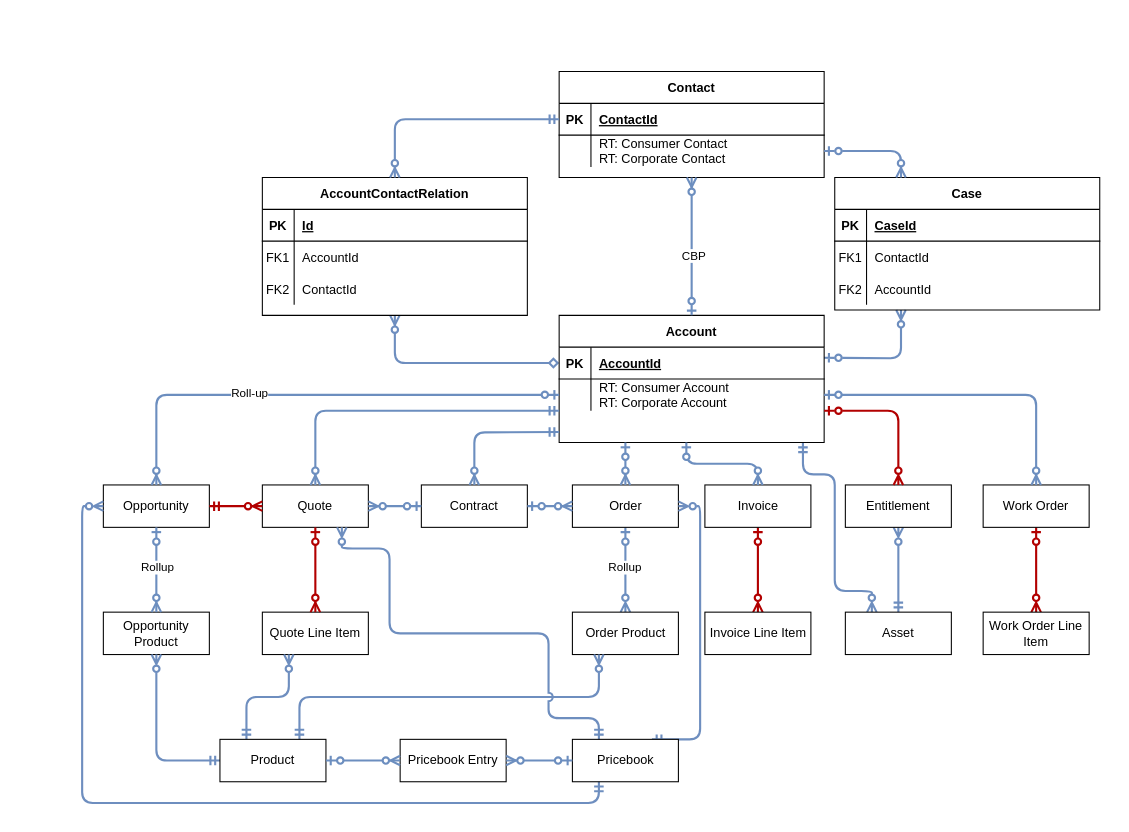
Earlier version of the draw.io diagram page "Sales-Service" (1 of 2) of sales_service_datamodels.drawio (sivanandjothy/arkangel). Source tidied: cells renumbered, new cells numbered last; positions are measured from the earlier drawing's top-left corner, leaving out a move shared by most shapes. Both pictures are drawn from the tidied source at 106%, with x=0, y=0 at pixel (103, 71).
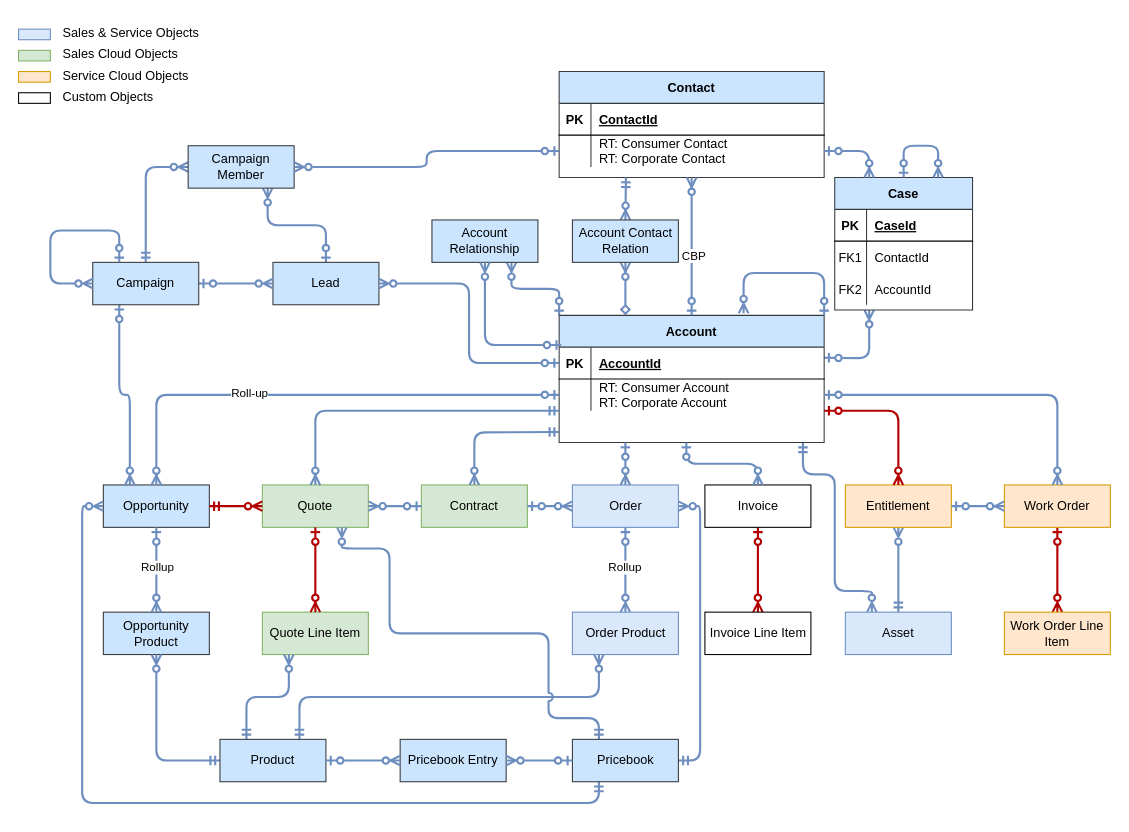
After the change.

The change refers to these unchanged cells:
```xml
<mxCell id="6" style="shape=partialRectangle;fillColor=none;points=[[0,0.5],[1,0.5]];portConstraint=eastwest;top=0;left=0;right=0;bottom=1;" parent="5" vertex="1">
  <mxGeometry y="30" width="250" height="30" as="geometry" />
</mxCell>
<mxCell id="23" style="shape=partialRectangle;fillColor=none;points=[[0,0.5],[1,0.5]];portConstraint=eastwest;top=0;left=0;right=0;bottom=1;" parent="22" vertex="1">
  <mxGeometry y="30" width="250" height="30" as="geometry" />
</mxCell>
<mxCell id="26" style="shape=partialRectangle;fillColor=none;points=[[0,0.5],[1,0.5]];portConstraint=eastwest;top=0;left=0;right=0;bottom=0;" parent="22" vertex="1">
  <mxGeometry y="60" width="250" height="30" as="geometry" />
</mxCell>
```

The edit, as a diff of the source:
```diff
@@
-    <mxCell id="2" style="endArrow=ERzeroToMany;startArrow=diamond;endFill=1;startFill=0;exitX=0;exitY=0.5;exitDx=0;exitDy=0;edgeStyle=orthogonalEdgeStyle;entryX=0.5;entryY=1;entryDx=0;entryDy=0;strokeWidth=2;strokeColor=#6e8ebf;" parent="1" edge="1" source="6" target="12">
+    <mxCell id="2" style="endArrow=ERzeroToMany;startArrow=diamond;endFill=1;startFill=0;exitX=0.25;exitY=0;exitDx=0;exitDy=0;entryX=0.5;entryY=1;entryDx=0;entryDy=0;strokeWidth=2;strokeColor=#6e8ebf;" parent="1" edge="1" source="5" target="100">
       <mxGeometry relative="1" as="geometry" />
     </mxCell>
@@
+    <mxCell id="86" style="edgeStyle=orthogonalEdgeStyle;rounded=1;jumpStyle=arc;jettySize=auto;html=1;exitX=0;exitY=0;exitDx=0;exitDy=0;entryX=0.75;entryY=1;entryDx=0;entryDy=0;strokeColor=#6e8ebf;strokeWidth=2;startArrow=ERzeroToOne;startFill=0;endArrow=ERzeroToMany;endFill=0;" parent="1" edge="1" source="5" target="106">
+      <mxGeometry relative="1" as="geometry" />
+    </mxCell>
-    <mxCell id="5" value="Account" style="shape=table;startSize=30;childLayout=tableLayout;rowLines=0;fontStyle=1;align=center;" parent="1" vertex="1">
+    <mxCell id="5" value="Account" style="shape=table;startSize=30;childLayout=tableLayout;rowLines=0;fontStyle=1;align=center;fillColor=#cce5ff;strokeColor=#36393d;" parent="1" vertex="1">
       <mxGeometry x="430" y="230" width="250" height="120" as="geometry" />
     </mxCell>
@@
-    <mxCell id="12" value="AccountContactRelation" style="shape=table;startSize=30;childLayout=tableLayout;rowLines=0;fontStyle=1;align=center;" parent="1" vertex="1">
-      <mxGeometry x="150" y="100" width="250" height="130" as="geometry" />
-    </mxCell>
-    <mxCell id="13" style="shape=partialRectangle;fillColor=none;top=0;left=0;right=0;bottom=1;" parent="12" vertex="1">
-      <mxGeometry y="30" width="250" height="30" as="geometry" />
-    </mxCell>
-    <mxCell id="14" value="PK" style="shape=partialRectangle;overflow=hidden;fillColor=none;top=0;left=0;bottom=0;right=0;fontStyle=1;" parent="13" vertex="1">
-      <mxGeometry width="30" height="30" as="geometry" />
-    </mxCell>
-    <mxCell id="15" value="Id" style="shape=partialRectangle;overflow=hidden;fillColor=none;top=0;left=0;bottom=0;right=0;align=left;spacingLeft=6;fontStyle=5;" parent="13" vertex="1">
-      <mxGeometry x="30" width="220" height="30" as="geometry" />
-    </mxCell>
-    <mxCell id="16" style="shape=partialRectangle;fillColor=none;top=0;left=0;right=0;bottom=0;" parent="12" vertex="1">
-      <mxGeometry y="60" width="250" height="30" as="geometry" />
-    </mxCell>
-    <mxCell id="17" value="FK1" style="shape=partialRectangle;overflow=hidden;fillColor=none;top=0;left=0;bottom=0;right=0;" parent="16" vertex="1">
-      <mxGeometry width="30" height="30" as="geometry" />
-    </mxCell>
-    <mxCell id="18" value="AccountId" style="shape=partialRectangle;overflow=hidden;fillColor=none;top=0;left=0;bottom=0;right=0;align=left;spacingLeft=6;" parent="16" vertex="1">
-      <mxGeometry x="30" width="220" height="30" as="geometry" />
-    </mxCell>
-    <mxCell id="19" style="shape=partialRectangle;fillColor=none;top=0;left=0;right=0;bottom=0;" parent="12" vertex="1">
-      <mxGeometry y="90" width="250" height="30" as="geometry" />
-    </mxCell>
-    <mxCell id="20" value="FK2" style="shape=partialRectangle;overflow=hidden;fillColor=none;top=0;left=0;bottom=0;right=0;" parent="19" vertex="1">
-      <mxGeometry width="30" height="30" as="geometry" />
-    </mxCell>
-    <mxCell id="21" value="ContactId" style="shape=partialRectangle;overflow=hidden;fillColor=none;top=0;left=0;bottom=0;right=0;align=left;spacingLeft=6;" parent="19" vertex="1">
-      <mxGeometry x="30" width="220" height="30" as="geometry" />
-    </mxCell>
-    <mxCell id="22" value="Contact" style="shape=table;startSize=30;childLayout=tableLayout;rowLines=0;fontStyle=1;align=center;" parent="1" vertex="1">
+    <mxCell id="22" value="Contact" style="shape=table;startSize=30;childLayout=tableLayout;rowLines=0;fontStyle=1;align=center;fillColor=#cce5ff;strokeColor=#36393d;" parent="1" vertex="1">
       <mxGeometry x="430" width="250" height="100" as="geometry" />
     </mxCell>
@@
-    <mxCell id="29" style="endArrow=ERzeroToMany;startArrow=ERmandOne;endFill=1;startFill=0;entryX=0.5;entryY=0;entryDx=0;entryDy=0;exitX=0;exitY=0.5;exitDx=0;exitDy=0;edgeStyle=orthogonalEdgeStyle;strokeWidth=2;strokeColor=#6e8ebf;" parent="1" edge="1" source="23" target="12">
-      <mxGeometry relative="1" as="geometry" />
+    <mxCell id="29" style="endArrow=ERzeroToMany;startArrow=ERmandOne;endFill=1;startFill=0;entryX=0.5;entryY=0;entryDx=0;entryDy=0;strokeWidth=2;strokeColor=#6e8ebf;" parent="1" edge="1" target="100">
+      <mxGeometry relative="1" as="geometry">
+        <mxPoint x="493" y="100" as="sourcePoint" />
+      </mxGeometry>
     </mxCell>
-    <mxCell id="30" value="Case" style="shape=table;startSize=30;childLayout=tableLayout;rowLines=0;fontStyle=1;align=center;" parent="1" vertex="1">
-      <mxGeometry x="690" y="100" width="250" height="125" as="geometry" />
+    <mxCell id="30" value="Case" style="shape=table;startSize=30;childLayout=tableLayout;rowLines=0;fontStyle=1;align=center;fillColor=#cce5ff;strokeColor=#36393d;" parent="1" vertex="1">
+      <mxGeometry x="690" y="100" width="130" height="125" as="geometry" />
     </mxCell>
     <mxCell id="31" style="shape=partialRectangle;fillColor=none;top=0;left=0;right=0;bottom=1;" parent="30" vertex="1">
-      <mxGeometry y="30" width="250" height="30" as="geometry" />
+      <mxGeometry y="30" width="130" height="30" as="geometry" />
     </mxCell>
@@
     <mxCell id="33" value="CaseId" style="shape=partialRectangle;overflow=hidden;fillColor=none;top=0;left=0;bottom=0;right=0;align=left;spacingLeft=6;fontStyle=5;" parent="31" vertex="1">
-      <mxGeometry x="30" width="220" height="30" as="geometry" />
+      <mxGeometry x="30" width="100" height="30" as="geometry" />
     </mxCell>
     <mxCell id="34" style="shape=partialRectangle;fillColor=none;top=0;left=0;right=0;bottom=0;" parent="30" vertex="1">
-      <mxGeometry y="60" width="250" height="30" as="geometry" />
+      <mxGeometry y="60" width="130" height="30" as="geometry" />
     </mxCell>
@@
     <mxCell id="36" value="ContactId" style="shape=partialRectangle;overflow=hidden;fillColor=none;top=0;left=0;bottom=0;right=0;align=left;spacingLeft=6;" parent="34" vertex="1">
-      <mxGeometry x="30" width="220" height="30" as="geometry" />
+      <mxGeometry x="30" width="100" height="30" as="geometry" />
     </mxCell>
     <mxCell id="37" style="shape=partialRectangle;fillColor=none;top=0;left=0;right=0;bottom=0;" parent="30" vertex="1">
-      <mxGeometry y="90" width="250" height="30" as="geometry" />
+      <mxGeometry y="90" width="130" height="30" as="geometry" />
     </mxCell>
@@
     <mxCell id="39" value="AccountId" style="shape=partialRectangle;overflow=hidden;fillColor=none;top=0;left=0;bottom=0;right=0;align=left;spacingLeft=6;" parent="37" vertex="1">
-      <mxGeometry x="30" width="220" height="30" as="geometry" />
+      <mxGeometry x="30" width="100" height="30" as="geometry" />
     </mxCell>
@@
-    <mxCell id="43" value="Opportunity" style="whiteSpace=wrap;html=1;align=center;" parent="1" vertex="1">
+    <mxCell id="43" value="Opportunity" style="whiteSpace=wrap;html=1;align=center;fillColor=#cce5ff;strokeColor=#36393d;" parent="1" vertex="1">
       <mxGeometry y="390" width="100" height="40" as="geometry" />
     </mxCell>
-    <mxCell id="44" value="Opportunity Product" style="whiteSpace=wrap;html=1;align=center;" parent="1" vertex="1">
+    <mxCell id="44" value="Opportunity Product" style="whiteSpace=wrap;html=1;align=center;fillColor=#cce5ff;strokeColor=#36393d;" parent="1" vertex="1">
       <mxGeometry y="510" width="100" height="40" as="geometry" />
     </mxCell>
@@
-    <mxCell id="49" value="Quote" style="whiteSpace=wrap;html=1;align=center;" parent="1" vertex="1">
+    <mxCell id="49" value="Quote" style="whiteSpace=wrap;html=1;align=center;fillColor=#d5e8d4;strokeColor=#82b366;" parent="1" vertex="1">
       <mxGeometry x="150" y="390" width="100" height="40" as="geometry" />
     </mxCell>
-    <mxCell id="50" value="Quote Line Item" style="whiteSpace=wrap;html=1;align=center;" parent="1" vertex="1">
+    <mxCell id="50" value="Quote Line Item" style="whiteSpace=wrap;html=1;align=center;fillColor=#d5e8d4;strokeColor=#82b366;" parent="1" vertex="1">
       <mxGeometry x="150" y="510" width="100" height="40" as="geometry" />
     </mxCell>
@@
-    <mxCell id="54" value="Contract" style="whiteSpace=wrap;html=1;align=center;" parent="1" vertex="1">
+    <mxCell id="54" value="Contract" style="whiteSpace=wrap;html=1;align=center;fillColor=#d5e8d4;strokeColor=#82b366;" parent="1" vertex="1">
       <mxGeometry x="300" y="390" width="100" height="40" as="geometry" />
     </mxCell>
@@
-    <mxCell id="57" value="Order" style="whiteSpace=wrap;html=1;align=center;" parent="1" vertex="1">
+    <mxCell id="57" value="Order" style="whiteSpace=wrap;html=1;align=center;fillColor=#dae8fc;strokeColor=#6c8ebf;" parent="1" vertex="1">
       <mxGeometry x="442.5" y="390" width="100" height="40" as="geometry" />
     </mxCell>
-    <mxCell id="58" value="Order Product" style="whiteSpace=wrap;html=1;align=center;" parent="1" vertex="1">
+    <mxCell id="58" value="Order Product" style="whiteSpace=wrap;html=1;align=center;fillColor=#dae8fc;strokeColor=#6c8ebf;" parent="1" vertex="1">
       <mxGeometry x="442.5" y="510" width="100" height="40" as="geometry" />
     </mxCell>
@@
-    <mxCell id="70" value="Product" style="whiteSpace=wrap;html=1;align=center;" parent="1" vertex="1">
+    <mxCell id="70" value="Product" style="whiteSpace=wrap;html=1;align=center;fillColor=#cce5ff;strokeColor=#36393d;" parent="1" vertex="1">
       <mxGeometry x="110" y="630" width="100" height="40" as="geometry" />
     </mxCell>
@@
-    <mxCell id="73" style="edgeStyle=orthogonalEdgeStyle;rounded=1;jumpStyle=arc;jettySize=auto;html=1;exitX=0.75;exitY=0;exitDx=0;exitDy=0;entryX=1;entryY=0.5;entryDx=0;entryDy=0;strokeColor=#6e8ebf;strokeWidth=2;startArrow=ERmandOne;startFill=0;endArrow=ERzeroToMany;endFill=0;" parent="1" edge="1" source="74" target="57">
+    <mxCell id="73" style="edgeStyle=orthogonalEdgeStyle;rounded=1;jumpStyle=arc;jettySize=auto;html=1;exitX=1;exitY=0.5;exitDx=0;exitDy=0;entryX=1;entryY=0.5;entryDx=0;entryDy=0;strokeColor=#6e8ebf;strokeWidth=2;startArrow=ERmandOne;startFill=0;endArrow=ERzeroToMany;endFill=0;" parent="1" edge="1" source="74" target="57">
       <mxGeometry relative="1" as="geometry">
         <Array as="points">
-          <mxPoint x="563" y="630" />
+          <mxPoint x="563" y="650" />
           <mxPoint x="563" y="410" />
         </Array>
       </mxGeometry>
     </mxCell>
-    <mxCell id="74" value="Pricebook" style="whiteSpace=wrap;html=1;align=center;" parent="1" vertex="1">
+    <mxCell id="74" value="Pricebook" style="whiteSpace=wrap;html=1;align=center;fillColor=#cce5ff;strokeColor=#36393d;" parent="1" vertex="1">
       <mxGeometry x="442.5" y="630" width="100" height="40" as="geometry" />
     </mxCell>
-    <mxCell id="75" value="Pricebook Entry" style="whiteSpace=wrap;html=1;align=center;" parent="1" vertex="1">
+    <mxCell id="75" value="Pricebook Entry" style="whiteSpace=wrap;html=1;align=center;fillColor=#cce5ff;strokeColor=#36393d;" parent="1" vertex="1">
       <mxGeometry x="280" y="630" width="100" height="40" as="geometry" />
     </mxCell>
@@
-    <mxCell id="79" value="Work Order" style="whiteSpace=wrap;html=1;align=center;" parent="1" vertex="1">
-      <mxGeometry x="830" y="390" width="100" height="40" as="geometry" />
+    <mxCell id="79" value="Work Order" style="whiteSpace=wrap;html=1;align=center;fillColor=#ffe6cc;strokeColor=#d79b00;" parent="1" vertex="1">
+      <mxGeometry x="850" y="390" width="100" height="40" as="geometry" />
     </mxCell>
-    <mxCell id="80" value="Work Order Line Item" style="whiteSpace=wrap;html=1;align=center;" parent="1" vertex="1">
-      <mxGeometry x="830" y="510" width="100" height="40" as="geometry" />
+    <mxCell id="80" value="Work Order Line Item" style="whiteSpace=wrap;html=1;align=center;fillColor=#ffe6cc;strokeColor=#d79b00;" parent="1" vertex="1">
+      <mxGeometry x="850" y="510" width="100" height="40" as="geometry" />
     </mxCell>
@@
-    <mxCell id="83" value="Asset" style="whiteSpace=wrap;html=1;align=center;" parent="1" vertex="1">
+    <mxCell id="83" value="Asset" style="whiteSpace=wrap;html=1;align=center;fillColor=#dae8fc;strokeColor=#6c8ebf;" parent="1" vertex="1">
       <mxGeometry x="700" y="510" width="100" height="40" as="geometry" />
     </mxCell>
-    <mxCell id="84" value="Entitlement" style="whiteSpace=wrap;html=1;align=center;" parent="1" vertex="1">
+    <mxCell id="84" value="Entitlement" style="whiteSpace=wrap;html=1;align=center;fillColor=#ffe6cc;strokeColor=#d79b00;" parent="1" vertex="1">
       <mxGeometry x="700" y="390" width="100" height="40" as="geometry" />
     </mxCell>
@@
+    <mxCell id="87" style="rounded=0;whiteSpace=wrap;html=1;fillColor=#dae8fc;strokeColor=#6c8ebf;" parent="1" vertex="1">
+      <mxGeometry x="-80" y="-40" width="30" height="10" as="geometry" />
+    </mxCell>
+    <mxCell id="88" value="Sales &amp;amp; Service Objects" style="text;html=1;strokeColor=none;fillColor=none;align=left;verticalAlign=top;whiteSpace=wrap;rounded=0;" parent="1" vertex="1">
+      <mxGeometry x="-40" y="-50" width="140" height="20" as="geometry" />
+    </mxCell>
+    <mxCell id="89" style="rounded=0;whiteSpace=wrap;html=1;fillColor=#d5e8d4;strokeColor=#82b366;" parent="1" vertex="1">
+      <mxGeometry x="-80" y="-20" width="30" height="10" as="geometry" />
+    </mxCell>
+    <mxCell id="90" value="Sales Cloud Objects" style="text;html=1;strokeColor=none;fillColor=none;align=left;verticalAlign=top;whiteSpace=wrap;rounded=0;" parent="1" vertex="1">
+      <mxGeometry x="-40" y="-30" width="140" height="20" as="geometry" />
+    </mxCell>
+    <mxCell id="91" style="rounded=0;whiteSpace=wrap;html=1;fillColor=#ffe6cc;strokeColor=#d79b00;" parent="1" vertex="1">
+      <mxGeometry x="-80" width="30" height="10" as="geometry" />
+    </mxCell>
+    <mxCell id="92" value="Service Cloud Objects" style="text;html=1;strokeColor=none;fillColor=none;align=left;verticalAlign=top;whiteSpace=wrap;rounded=0;" parent="1" vertex="1">
+      <mxGeometry x="-40" y="-10" width="140" height="20" as="geometry" />
+    </mxCell>
+    <mxCell id="93" style="edgeStyle=orthogonalEdgeStyle;rounded=1;jumpStyle=arc;jettySize=auto;html=1;exitX=0.5;exitY=0;exitDx=0;exitDy=0;entryX=0.75;entryY=1;entryDx=0;entryDy=0;strokeColor=#6e8ebf;strokeWidth=2;startArrow=ERzeroToOne;startFill=0;endArrow=ERzeroToMany;endFill=0;" parent="1" edge="1" source="94" target="99">
+      <mxGeometry relative="1" as="geometry" />
+    </mxCell>
+    <mxCell id="94" value="Lead" style="whiteSpace=wrap;html=1;align=center;fillColor=#cce5ff;strokeColor=#36393d;" parent="1" vertex="1">
+      <mxGeometry x="160" y="180" width="100" height="40" as="geometry" />
+    </mxCell>
+    <mxCell id="95" style="edgeStyle=orthogonalEdgeStyle;rounded=1;jumpStyle=arc;jettySize=auto;html=1;exitX=0.5;exitY=0;exitDx=0;exitDy=0;entryX=0;entryY=0.5;entryDx=0;entryDy=0;strokeColor=#6e8ebf;strokeWidth=2;startArrow=ERmandOne;startFill=0;endArrow=ERzeroToMany;endFill=0;" parent="1" edge="1" source="98" target="99">
+      <mxGeometry relative="1" as="geometry" />
+    </mxCell>
+    <mxCell id="96" style="edgeStyle=orthogonalEdgeStyle;rounded=1;jumpStyle=arc;jettySize=auto;html=1;exitX=0.25;exitY=1;exitDx=0;exitDy=0;entryX=0.25;entryY=0;entryDx=0;entryDy=0;strokeColor=#6e8ebf;strokeWidth=2;startArrow=ERzeroToOne;startFill=0;endArrow=ERzeroToMany;endFill=0;" parent="1" edge="1" source="98" target="43">
+      <mxGeometry relative="1" as="geometry" />
+    </mxCell>
+    <mxCell id="97" style="edgeStyle=orthogonalEdgeStyle;rounded=1;jumpStyle=arc;jettySize=auto;html=1;exitX=1;exitY=0.5;exitDx=0;exitDy=0;entryX=0;entryY=0.5;entryDx=0;entryDy=0;strokeColor=#6e8ebf;strokeWidth=2;startArrow=ERzeroToOne;startFill=0;endArrow=ERzeroToMany;endFill=0;" parent="1" edge="1" source="98" target="94">
+      <mxGeometry relative="1" as="geometry" />
+    </mxCell>
+    <mxCell id="98" value="Campaign" style="whiteSpace=wrap;html=1;align=center;fillColor=#cce5ff;strokeColor=#36393d;" parent="1" vertex="1">
+      <mxGeometry x="-10" y="180" width="100" height="40" as="geometry" />
+    </mxCell>
+    <mxCell id="99" value="Campaign Member" style="whiteSpace=wrap;html=1;align=center;fillColor=#cce5ff;strokeColor=#36393d;" parent="1" vertex="1">
+      <mxGeometry x="80" y="70" width="100" height="40" as="geometry" />
+    </mxCell>
+    <mxCell id="100" value="Account Contact Relation" style="whiteSpace=wrap;html=1;align=center;fillColor=#cce5ff;strokeColor=#36393d;" parent="1" vertex="1">
+      <mxGeometry x="442.5" y="140" width="100" height="40" as="geometry" />
+    </mxCell>
+    <mxCell id="101" style="fontSize=12;html=1;endArrow=ERzeroToMany;startArrow=ERzeroToOne;rounded=1;strokeColor=#6c8ebf;jumpStyle=arc;orthogonal=0;snapToPoint=0;exitX=1;exitY=0.5;exitDx=0;exitDy=0;entryX=0;entryY=0.5;entryDx=0;entryDy=0;fillColor=#dae8fc;gradientColor=#7ea6e0;strokeWidth=2;" parent="1" edge="1" source="84" target="79">
+      <mxGeometry x="-0.93" relative="1" as="geometry" />
+    </mxCell>
+    <mxCell id="102" style="edgeStyle=orthogonalEdgeStyle;rounded=1;jumpStyle=arc;jettySize=auto;html=1;exitX=0;exitY=0.5;exitDx=0;exitDy=0;entryX=1;entryY=0.5;entryDx=0;entryDy=0;strokeColor=#6e8ebf;strokeWidth=2;startArrow=ERzeroToOne;startFill=0;endArrow=ERzeroToMany;endFill=0;" parent="1" edge="1" source="26" target="99">
+      <mxGeometry relative="1" as="geometry" />
+    </mxCell>
+    <mxCell id="103" style="edgeStyle=orthogonalEdgeStyle;rounded=1;jumpStyle=arc;jettySize=auto;html=1;exitX=0;exitY=0.5;exitDx=0;exitDy=0;entryX=1;entryY=0.5;entryDx=0;entryDy=0;strokeColor=#6e8ebf;strokeWidth=2;startArrow=ERzeroToOne;startFill=0;endArrow=ERzeroToMany;endFill=0;" parent="1" edge="1" source="6" target="94">
+      <mxGeometry relative="1" as="geometry" />
+    </mxCell>
+    <mxCell id="104" style="rounded=0;whiteSpace=wrap;html=1;" parent="1" vertex="1">
+      <mxGeometry x="-80" y="20" width="30" height="10" as="geometry" />
+    </mxCell>
+    <mxCell id="105" value="Custom Objects" style="text;html=1;strokeColor=none;fillColor=none;align=left;verticalAlign=top;whiteSpace=wrap;rounded=0;" parent="1" vertex="1">
+      <mxGeometry x="-40" y="10" width="140" height="20" as="geometry" />
+    </mxCell>
+    <mxCell id="106" value="Account Relationship" style="whiteSpace=wrap;html=1;align=center;fillColor=#cce5ff;strokeColor=#36393d;" parent="1" vertex="1">
+      <mxGeometry x="310" y="140" width="100" height="40" as="geometry" />
+    </mxCell>
+    <mxCell id="107" style="edgeStyle=orthogonalEdgeStyle;rounded=1;jumpStyle=arc;jettySize=auto;html=1;exitX=0.008;exitY=-0.067;exitDx=0;exitDy=0;entryX=0.5;entryY=1;entryDx=0;entryDy=0;strokeColor=#6e8ebf;strokeWidth=2;startArrow=ERzeroToOne;startFill=0;endArrow=ERzeroToMany;endFill=0;exitPerimeter=0;" parent="1" edge="1" source="6" target="106">
+      <mxGeometry relative="1" as="geometry" />
+    </mxCell>
+    <mxCell id="108" style="edgeStyle=orthogonalEdgeStyle;rounded=1;jumpStyle=arc;orthogonalLoop=1;jettySize=auto;html=1;exitX=0.25;exitY=0;exitDx=0;exitDy=0;entryX=0;entryY=0.5;entryDx=0;entryDy=0;strokeColor=#6e8ebf;strokeWidth=2;startArrow=ERzeroToOne;startFill=0;endArrow=ERzeroToMany;endFill=0;" parent="1" edge="1" source="98" target="98">
+      <mxGeometry relative="1" as="geometry">
+        <Array as="points">
+          <mxPoint x="15" y="150" />
+          <mxPoint x="-50" y="150" />
+          <mxPoint x="-50" y="200" />
+        </Array>
+      </mxGeometry>
+    </mxCell>
+    <mxCell id="109" style="edgeStyle=orthogonalEdgeStyle;rounded=1;jumpStyle=arc;orthogonalLoop=1;jettySize=auto;html=1;exitX=0.5;exitY=0;exitDx=0;exitDy=0;entryX=0.75;entryY=0;entryDx=0;entryDy=0;strokeColor=#6e8ebf;strokeWidth=2;startArrow=ERzeroToOne;startFill=0;endArrow=ERzeroToMany;endFill=0;" parent="1" edge="1" source="30" target="30">
+      <mxGeometry relative="1" as="geometry">
+        <Array as="points">
+          <mxPoint x="755" y="70" />
+          <mxPoint x="788" y="70" />
+        </Array>
+      </mxGeometry>
+    </mxCell>
+    <mxCell id="110" style="edgeStyle=orthogonalEdgeStyle;rounded=1;jumpStyle=arc;orthogonalLoop=1;jettySize=auto;html=1;exitX=1;exitY=0;exitDx=0;exitDy=0;entryX=0.696;entryY=-0.017;entryDx=0;entryDy=0;entryPerimeter=0;strokeColor=#6e8ebf;strokeWidth=2;startArrow=ERzeroToOne;startFill=0;endArrow=ERzeroToMany;endFill=0;" parent="1" edge="1" source="5" target="5">
+      <mxGeometry relative="1" as="geometry">
+        <Array as="points">
+          <mxPoint x="680" y="190" />
+          <mxPoint x="604" y="190" />
+        </Array>
+      </mxGeometry>
+    </mxCell>
```
